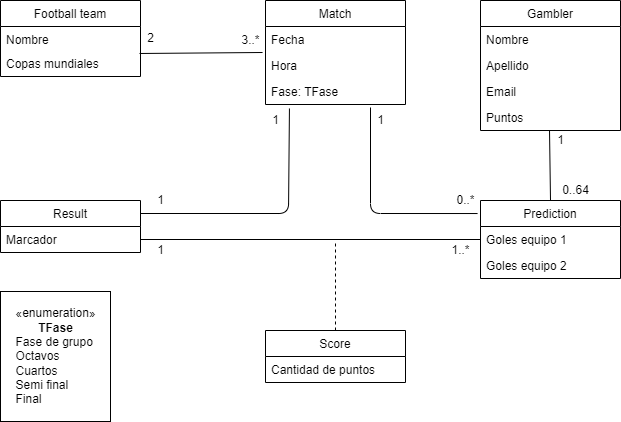
Above: Diagrama_de_clases.png in AFungo/Prode-AYDS2022-BAF (draw.io), before the change. Source tidied: cells renumbered, new cells last; positions are measured from the earlier drawing's top-left corner, leaving out a move shared by most shapes.
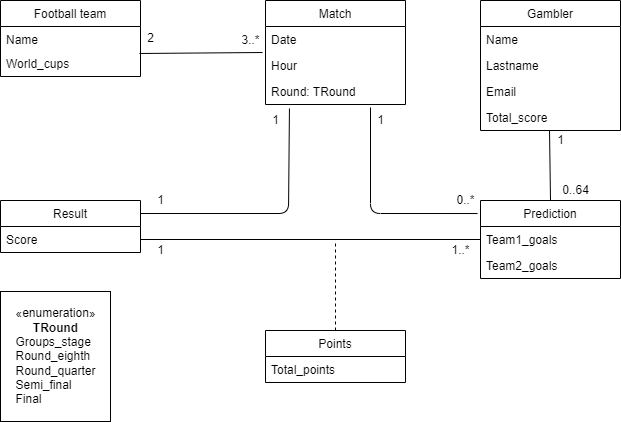
After the change.

Commit message:
traduccion de atributos

Change to the diagram source:
```diff
@@ -5,58 +5,58 @@
     <mxCell id="2" value="Football team" style="swimlane;fontStyle=0;horizontal=1;startSize=26;fillColor=none;" parent="1" vertex="1">
       <mxGeometry width="140" height="76" as="geometry" />
     </mxCell>
-    <mxCell id="3" value="Nombre" style="text;strokeColor=none;fillColor=none;align=left;verticalAlign=top;spacingLeft=4;spacingRight=4;overflow=hidden;" parent="2" vertex="1">
+    <mxCell id="3" value="Name" style="text;strokeColor=none;fillColor=none;align=left;verticalAlign=top;spacingLeft=4;spacingRight=4;overflow=hidden;" parent="2" vertex="1">
       <mxGeometry y="26" width="140" height="24" as="geometry" />
     </mxCell>
-    <mxCell id="4" value="Copas mundiales" style="text;strokeColor=none;fillColor=none;align=left;verticalAlign=top;spacingLeft=4;spacingRight=4;overflow=hidden;points=[[0,0.5],[1,0.5]];portConstraint=eastwest;" parent="2" vertex="1">
+    <mxCell id="4" value="World_cups" style="text;strokeColor=none;fillColor=none;align=left;verticalAlign=top;spacingLeft=4;spacingRight=4;overflow=hidden;points=[[0,0.5],[1,0.5]];portConstraint=eastwest;" parent="2" vertex="1">
       <mxGeometry y="50" width="140" height="26" as="geometry" />
     </mxCell>
     <mxCell id="5" value="Match" style="swimlane;fontStyle=0;horizontal=1;startSize=26;fillColor=none;" parent="1" vertex="1">
       <mxGeometry x="265" width="140" height="104" as="geometry" />
     </mxCell>
-    <mxCell id="6" value="Fecha" style="text;strokeColor=none;fillColor=none;align=left;verticalAlign=top;spacingLeft=4;spacingRight=4;overflow=hidden;points=[[0,0.5],[1,0.5]];portConstraint=eastwest;" parent="5" vertex="1">
+    <mxCell id="6" value="Date" style="text;strokeColor=none;fillColor=none;align=left;verticalAlign=top;spacingLeft=4;spacingRight=4;overflow=hidden;points=[[0,0.5],[1,0.5]];portConstraint=eastwest;" parent="5" vertex="1">
       <mxGeometry y="26" width="140" height="26" as="geometry" />
     </mxCell>
-    <mxCell id="7" value="Hora" style="text;strokeColor=none;fillColor=none;align=left;verticalAlign=top;spacingLeft=4;spacingRight=4;overflow=hidden;" parent="5" vertex="1">
+    <mxCell id="7" value="Hour" style="text;strokeColor=none;fillColor=none;align=left;verticalAlign=top;spacingLeft=4;spacingRight=4;overflow=hidden;" parent="5" vertex="1">
       <mxGeometry y="52" width="140" height="26" as="geometry" />
     </mxCell>
-    <mxCell id="8" value="Fase: TFase" style="text;strokeColor=none;fillColor=none;align=left;verticalAlign=top;spacingLeft=4;spacingRight=4;overflow=hidden;points=[[0,0.5],[1,0.5]];portConstraint=eastwest;" parent="5" vertex="1">
+    <mxCell id="8" value="Round: TRound" style="text;strokeColor=none;fillColor=none;align=left;verticalAlign=top;spacingLeft=4;spacingRight=4;overflow=hidden;points=[[0,0.5],[1,0.5]];portConstraint=eastwest;" parent="5" vertex="1">
       <mxGeometry y="78" width="140" height="26" as="geometry" />
     </mxCell>
     <mxCell id="9" value="Gambler" style="swimlane;fontStyle=0;horizontal=1;startSize=26;fillColor=none;" parent="1" vertex="1">
       <mxGeometry x="480" width="140" height="130" as="geometry" />
     </mxCell>
-    <mxCell id="10" value="Nombre" style="text;strokeColor=none;fillColor=none;align=left;verticalAlign=top;spacingLeft=4;spacingRight=4;overflow=hidden;" parent="9" vertex="1">
+    <mxCell id="10" value="Name" style="text;strokeColor=none;fillColor=none;align=left;verticalAlign=top;spacingLeft=4;spacingRight=4;overflow=hidden;" parent="9" vertex="1">
       <mxGeometry y="26" width="140" height="26" as="geometry" />
     </mxCell>
-    <mxCell id="11" value="Apellido" style="text;strokeColor=none;fillColor=none;align=left;verticalAlign=top;spacingLeft=4;spacingRight=4;overflow=hidden;" parent="9" vertex="1">
+    <mxCell id="11" value="Lastname" style="text;strokeColor=none;fillColor=none;align=left;verticalAlign=top;spacingLeft=4;spacingRight=4;overflow=hidden;" parent="9" vertex="1">
       <mxGeometry y="52" width="140" height="26" as="geometry" />
     </mxCell>
     <mxCell id="12" value="Email&#10;&#10;" style="text;strokeColor=none;fillColor=none;align=left;verticalAlign=top;spacingLeft=4;spacingRight=4;overflow=hidden;" parent="9" vertex="1">
       <mxGeometry y="78" width="140" height="26" as="geometry" />
     </mxCell>
-    <mxCell id="13" value="Puntos" style="text;strokeColor=none;fillColor=none;align=left;verticalAlign=top;spacingLeft=4;spacingRight=4;overflow=hidden;points=[[0,0.5],[1,0.5]];portConstraint=eastwest;" parent="9" vertex="1">
+    <mxCell id="13" value="Total_score" style="text;strokeColor=none;fillColor=none;align=left;verticalAlign=top;spacingLeft=4;spacingRight=4;overflow=hidden;points=[[0,0.5],[1,0.5]];portConstraint=eastwest;" parent="9" vertex="1">
       <mxGeometry y="104" width="140" height="26" as="geometry" />
     </mxCell>
     <mxCell id="14" value="Result" style="swimlane;fontStyle=0;horizontal=1;startSize=26;fillColor=none;" parent="1" vertex="1">
       <mxGeometry y="200" width="140" height="52" as="geometry" />
     </mxCell>
-    <mxCell id="15" value="Marcador" style="text;strokeColor=none;fillColor=none;align=left;verticalAlign=top;spacingLeft=4;spacingRight=4;overflow=hidden;points=[[0,0.5],[1,0.5]];portConstraint=eastwest;" parent="14" vertex="1">
+    <mxCell id="15" value="Score " style="text;strokeColor=none;fillColor=none;align=left;verticalAlign=top;spacingLeft=4;spacingRight=4;overflow=hidden;points=[[0,0.5],[1,0.5]];portConstraint=eastwest;" parent="14" vertex="1">
       <mxGeometry y="26" width="140" height="26" as="geometry" />
     </mxCell>
     <mxCell id="16" value="Prediction" style="swimlane;fontStyle=0;horizontal=1;startSize=26;fillColor=none;" parent="1" vertex="1">
       <mxGeometry x="480" y="200" width="140" height="78" as="geometry" />
     </mxCell>
-    <mxCell id="17" value="Goles equipo 1" style="text;strokeColor=none;fillColor=none;align=left;verticalAlign=top;spacingLeft=4;spacingRight=4;overflow=hidden;points=[[0,0.5],[1,0.5]];portConstraint=eastwest;" parent="16" vertex="1">
+    <mxCell id="17" value="Team1_goals" style="text;strokeColor=none;fillColor=none;align=left;verticalAlign=top;spacingLeft=4;spacingRight=4;overflow=hidden;points=[[0,0.5],[1,0.5]];portConstraint=eastwest;" parent="16" vertex="1">
       <mxGeometry y="26" width="140" height="26" as="geometry" />
     </mxCell>
-    <mxCell id="18" value="Goles equipo 2" style="text;strokeColor=none;fillColor=none;align=left;verticalAlign=top;spacingLeft=4;spacingRight=4;overflow=hidden;" parent="16" vertex="1">
+    <mxCell id="18" value="Team2_goals" style="text;strokeColor=none;fillColor=none;align=left;verticalAlign=top;spacingLeft=4;spacingRight=4;overflow=hidden;" parent="16" vertex="1">
       <mxGeometry y="52" width="140" height="26" as="geometry" />
     </mxCell>
-    <mxCell id="19" value="Score" style="swimlane;fontStyle=0;horizontal=1;startSize=26;fillColor=none;" parent="1" vertex="1">
+    <mxCell id="19" value="Points" style="swimlane;fontStyle=0;horizontal=1;startSize=26;fillColor=none;" parent="1" vertex="1">
       <mxGeometry x="265" y="330" width="140" height="52" as="geometry" />
     </mxCell>
-    <mxCell id="20" value="Cantidad de puntos" style="text;strokeColor=none;fillColor=none;align=left;verticalAlign=top;spacingLeft=4;spacingRight=4;overflow=hidden;" parent="19" vertex="1">
+    <mxCell id="20" value="Total_points" style="text;strokeColor=none;fillColor=none;align=left;verticalAlign=top;spacingLeft=4;spacingRight=4;overflow=hidden;" parent="19" vertex="1">
       <mxGeometry y="26" width="140" height="26" as="geometry" />
     </mxCell>
     <mxCell id="21" value="2" style="text;html=1;align=center;verticalAlign=middle;strokeColor=none;" parent="1" vertex="1">
@@ -117,7 +117,7 @@
         <mxPoint x="335" y="240" as="targetPoint" />
       </mxGeometry>
     </mxCell>
-    <mxCell id="37" value="«enumeration»&lt;br&gt;&lt;b&gt;TFase&lt;/b&gt;&lt;br&gt;&lt;div style=&quot;text-align: left&quot;&gt;&lt;span&gt;Fase de grupo&lt;/span&gt;&lt;/div&gt;&lt;div style=&quot;text-align: left&quot;&gt;&lt;span&gt;Octavos&lt;/span&gt;&lt;/div&gt;&lt;div style=&quot;text-align: left&quot;&gt;&lt;span&gt;Cuartos&lt;/span&gt;&lt;/div&gt;&lt;div style=&quot;text-align: left&quot;&gt;&lt;span&gt;Semi final&lt;/span&gt;&lt;/div&gt;&lt;div style=&quot;text-align: left&quot;&gt;&lt;span&gt;Final&lt;/span&gt;&lt;/div&gt;" style="html=1;" parent="1" vertex="1">
+    <mxCell id="37" value="«enumeration»&lt;br&gt;&lt;b&gt;TRound&lt;/b&gt;&lt;br&gt;&lt;div style=&quot;text-align: left&quot;&gt;Groups_stage&lt;/div&gt;&lt;div style=&quot;text-align: left&quot;&gt;Round_eighth&lt;/div&gt;&lt;div style=&quot;text-align: left&quot;&gt;Round_quarter&lt;/div&gt;&lt;div style=&quot;text-align: left&quot;&gt;&lt;span&gt;Semi_final&lt;/span&gt;&lt;/div&gt;&lt;div style=&quot;text-align: left&quot;&gt;&lt;span&gt;Final&lt;/span&gt;&lt;/div&gt;" style="html=1;" parent="1" vertex="1">
       <mxGeometry y="291" width="110" height="130" as="geometry" />
     </mxCell>
   </root>
```
